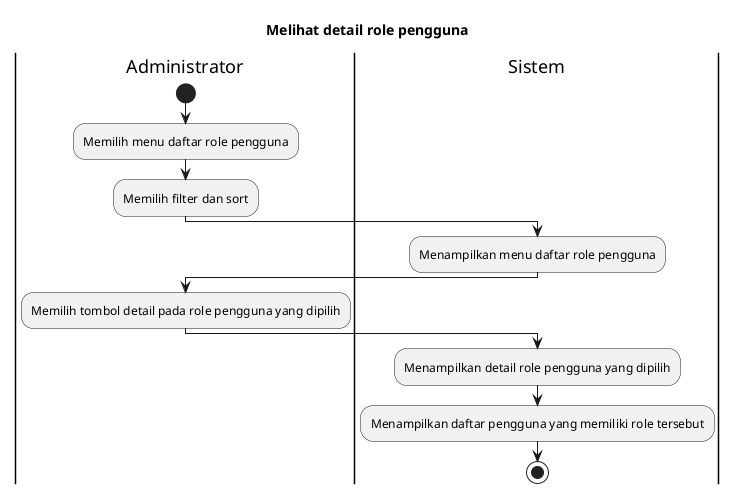
Above: export/Activity Diagrams/UC-MGUSER - Manajemen Pengguna/UC-MGUSER-005 - Melihat detail role pengguna.png in bagusNA/appl-diagrams (PlantUML), before the change.
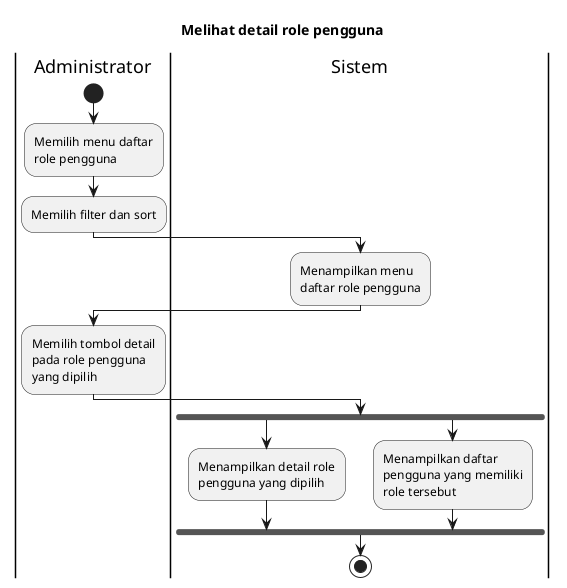
After the change.

The edit, as a diff of the source:
```diff
@@ -1,4 +1,6 @@
 @startuml
+skinparam wrapWidth 140
+
 title Melihat detail role pengguna
 
 |Administrator|
@@ -13,8 +15,11 @@
 :Memilih tombol detail pada role pengguna yang dipilih;
 
 |Sistem|
-:Menampilkan detail role pengguna yang dipilih;
-:Menampilkan daftar pengguna yang memiliki role tersebut;
+fork
+  :Menampilkan detail role pengguna yang dipilih;
+fork again
+  :Menampilkan daftar pengguna yang memiliki role tersebut;
+endfork
 
 stop
 @enduml
```
